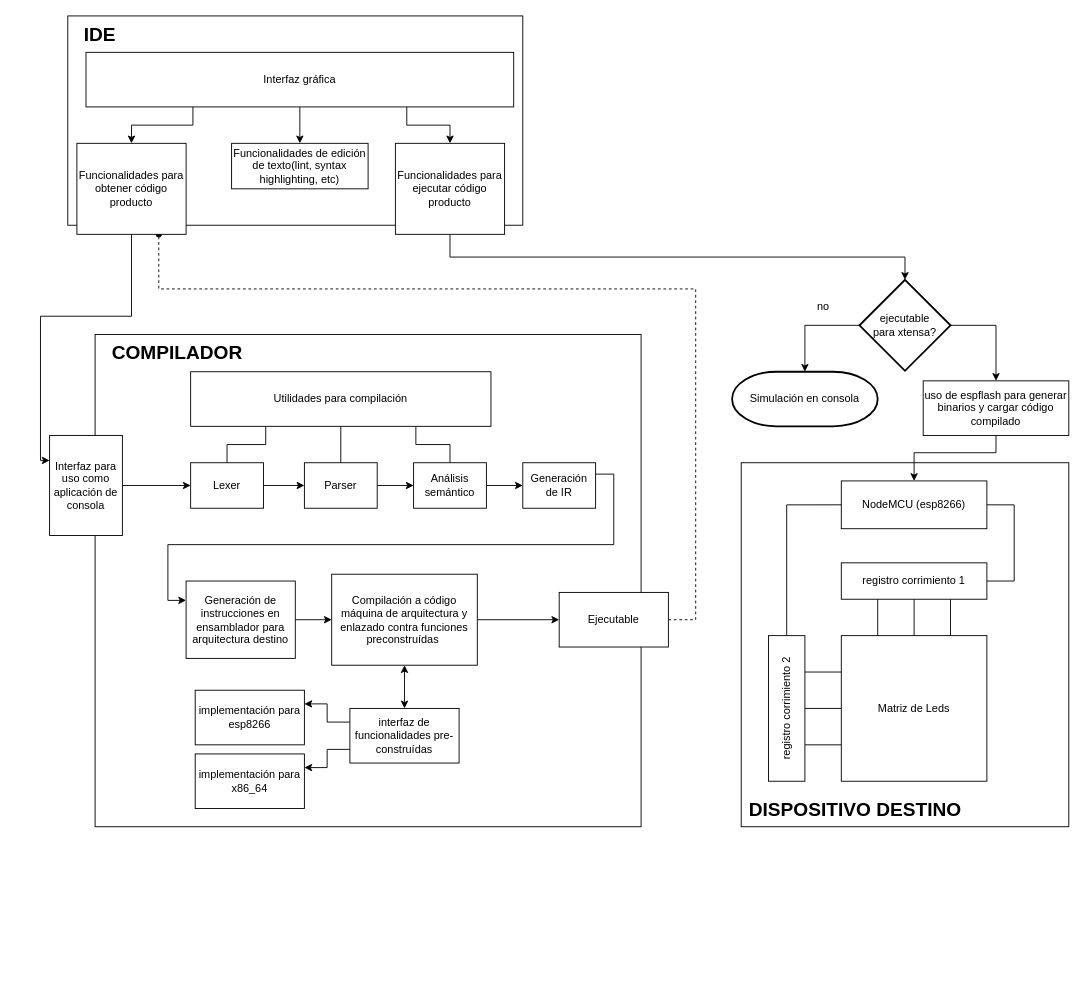
CE3201-Taller-de-diseno-digital/Shader3000 keeps this draw.io diagram as page "arquitectura" (2 of 2) of doc/Diagramas.drawio. Above is the earlier version. Source tidied: cells renumbered, new cells numbered last; positions are measured from the earlier drawing's top-left corner, leaving out a move shared by most shapes. Both pictures are drawn from the tidied source at 91%, with x=0, y=0 at pixel (40, 15).
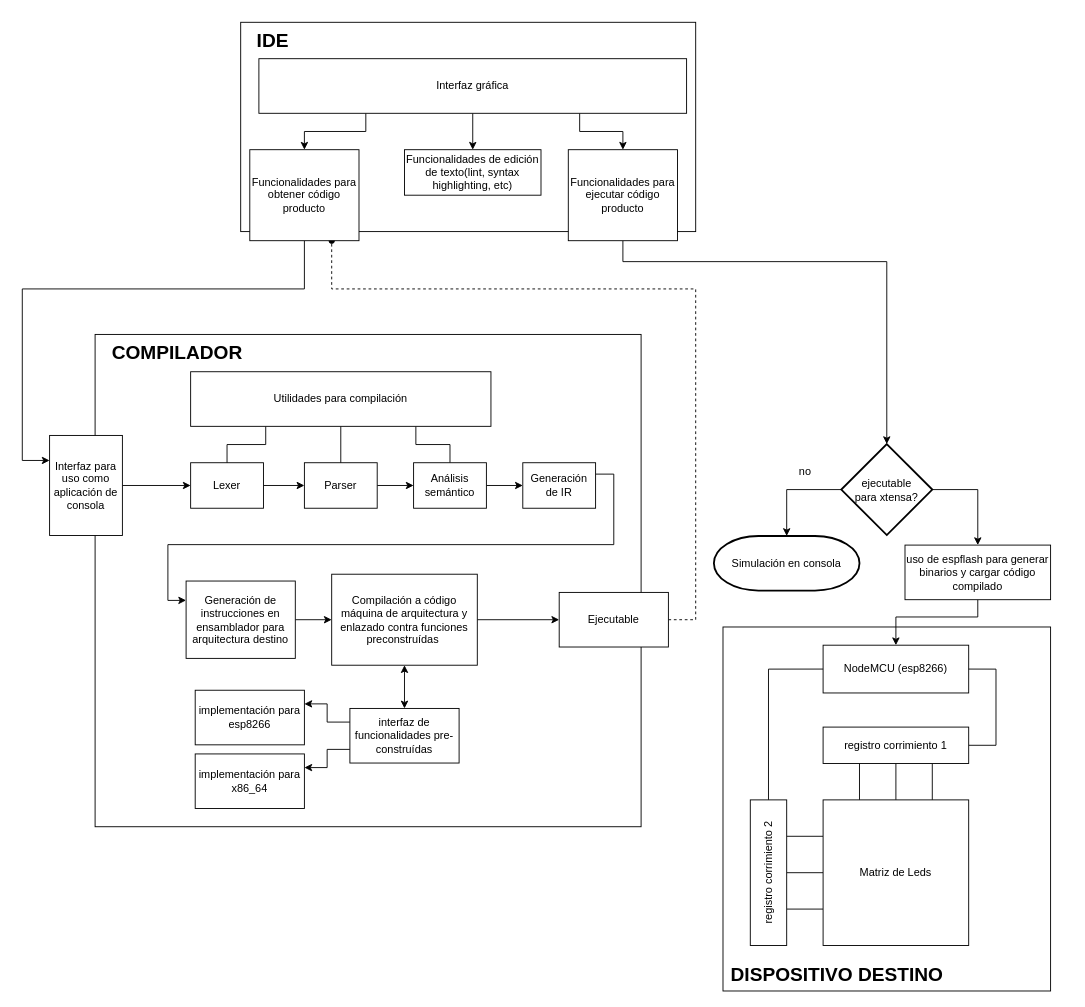
The same diagram, later.

The change refers to these unchanged cells:
```xml
<mxCell id="28" value="Interfaz para uso como aplicación de consola" style="rounded=0;whiteSpace=wrap;html=1;" parent="1" vertex="1">
  <mxGeometry x="10" y="461" width="80" height="110" as="geometry" />
</mxCell>
<mxCell id="30" value="Ejecutable" style="rounded=0;whiteSpace=wrap;html=1;" parent="1" vertex="1">
  <mxGeometry x="570" y="633.5" width="120" height="60" as="geometry" />
</mxCell>
```

Change to the diagram source:
```diff
@@
     <mxCell id="2" style="rounded=0;whiteSpace=wrap;html=1;" parent="1" vertex="1">
-      <mxGeometry x="770" y="491" width="360" height="400" as="geometry" />
+      <mxGeometry x="750" y="671.5" width="360" height="400" as="geometry" />
     </mxCell>
     <mxCell id="3" style="rounded=0;whiteSpace=wrap;html=1;" parent="1" vertex="1">
-      <mxGeometry x="30" width="500" height="230" as="geometry" />
+      <mxGeometry x="220" y="7" width="500" height="230" as="geometry" />
     </mxCell>
@@
-    <mxCell id="29" style="edgeStyle=orthogonalEdgeStyle;rounded=0;jettySize=auto;html=1;exitX=1;exitY=0.5;exitDx=0;exitDy=0;startArrow=none;startFill=0;endArrow=oval;endFill=1;dashed=1;" parent="1" edge="1" source="30">
+    <mxCell id="29" style="edgeStyle=orthogonalEdgeStyle;rounded=0;jettySize=auto;html=1;exitX=1;exitY=0.5;exitDx=0;exitDy=0;startArrow=none;startFill=0;endArrow=oval;endFill=1;dashed=1;entryX=0.75;entryY=1;entryDx=0;entryDy=0;" parent="1" edge="1" source="30" target="54">
       <mxGeometry relative="1" as="geometry">
-        <mxPoint x="130" y="240" as="targetPoint" />
         <Array as="points">
           <mxPoint x="720" y="664" />
           <mxPoint x="720" y="300" />
-          <mxPoint x="130" y="300" />
+          <mxPoint x="320" y="300" />
         </Array>
       </mxGeometry>
     </mxCell>
@@
     <mxCell id="33" value="ejecutable &lt;br&gt;para xtensa?" style="strokeWidth=2;html=1;shape=mxgraph.flowchart.decision;whiteSpace=wrap;" parent="1" vertex="1">
-      <mxGeometry x="900" y="290" width="100" height="100" as="geometry" />
+      <mxGeometry x="880" y="470.5" width="100" height="100" as="geometry" />
     </mxCell>
     <mxCell id="34" value="Simulación en consola" style="strokeWidth=2;html=1;shape=mxgraph.flowchart.terminator;whiteSpace=wrap;" parent="1" vertex="1">
-      <mxGeometry x="760" y="391" width="160" height="60" as="geometry" />
+      <mxGeometry x="740" y="571.5" width="160" height="60" as="geometry" />
     </mxCell>
     <mxCell id="35" value="no" style="text;html=1;align=center;verticalAlign=middle;" parent="1" vertex="1">
-      <mxGeometry x="845" y="310" width="30" height="20" as="geometry" />
+      <mxGeometry x="825" y="490.5" width="30" height="20" as="geometry" />
     </mxCell>
     <mxCell id="36" value="NodeMCU (esp8266)" style="rounded=0;whiteSpace=wrap;html=1;" parent="1" vertex="1">
-      <mxGeometry x="880" y="511" width="160" height="52.5" as="geometry" />
+      <mxGeometry x="860" y="691.5" width="160" height="52.5" as="geometry" />
     </mxCell>
@@
     <mxCell id="40" style="edgeStyle=orthogonalEdgeStyle;rounded=0;jettySize=auto;html=1;exitX=1;exitY=0.5;exitDx=0;exitDy=0;entryX=1;entryY=0.5;entryDx=0;entryDy=0;startArrow=none;startFill=0;endArrow=none;endFill=0;" parent="1" edge="1" source="41" target="36">
       <mxGeometry relative="1" as="geometry">
         <Array as="points">
-          <mxPoint x="1070" y="621" />
-          <mxPoint x="1070" y="537" />
+          <mxPoint x="1050" y="801.5" />
+          <mxPoint x="1050" y="717.5" />
         </Array>
       </mxGeometry>
     </mxCell>
     <mxCell id="41" value="registro corrimiento 1" style="rounded=0;whiteSpace=wrap;html=1;" parent="1" vertex="1">
-      <mxGeometry x="880" y="601" width="160" height="40" as="geometry" />
+      <mxGeometry x="860" y="781.5" width="160" height="40" as="geometry" />
     </mxCell>
@@
     <mxCell id="46" value="registro corrimiento 2" style="rounded=0;whiteSpace=wrap;html=1;rotation=-90;" parent="1" vertex="1">
-      <mxGeometry x="740" y="741" width="160" height="40" as="geometry" />
+      <mxGeometry x="720" y="921.5" width="160" height="40" as="geometry" />
     </mxCell>
     <mxCell id="47" value="Matriz de Leds" style="rounded=0;whiteSpace=wrap;html=1;" parent="1" vertex="1">
-      <mxGeometry x="880" y="681" width="160" height="160" as="geometry" />
+      <mxGeometry x="860" y="861.5" width="160" height="160" as="geometry" />
     </mxCell>
     <mxCell id="48" style="edgeStyle=orthogonalEdgeStyle;rounded=0;jettySize=auto;html=1;exitX=0.5;exitY=1;exitDx=0;exitDy=0;entryX=0.5;entryY=0;entryDx=0;entryDy=0;startArrow=none;startFill=0;endArrow=classic;endFill=1;" parent="1" edge="1" source="49" target="36">
       <mxGeometry relative="1" as="geometry">
         <Array as="points">
-          <mxPoint x="1050" y="480" />
-          <mxPoint x="960" y="480" />
+          <mxPoint x="1030" y="660.5" />
+          <mxPoint x="940" y="660.5" />
         </Array>
       </mxGeometry>
     </mxCell>
     <mxCell id="49" value="uso de espflash para generar binarios y cargar código compilado" style="rounded=0;whiteSpace=wrap;html=1;" parent="1" vertex="1">
-      <mxGeometry x="970" y="401" width="160" height="60" as="geometry" />
+      <mxGeometry x="950" y="581.5" width="160" height="60" as="geometry" />
     </mxCell>
     <mxCell id="50" value="Funcionalidades de edición de texto(lint, syntax highlighting, etc)" style="rounded=0;whiteSpace=wrap;html=1;" parent="1" vertex="1">
-      <mxGeometry x="210" y="140" width="150" height="50" as="geometry" />
+      <mxGeometry x="400" y="147" width="150" height="50" as="geometry" />
     </mxCell>
     <mxCell id="51" style="edgeStyle=orthogonalEdgeStyle;rounded=0;jettySize=auto;html=1;exitX=0.5;exitY=1;exitDx=0;exitDy=0;entryX=0.5;entryY=0;entryDx=0;entryDy=0;entryPerimeter=0;startArrow=none;startFill=0;endArrow=classic;endFill=1;" parent="1" edge="1" source="52" target="33">
-      <mxGeometry relative="1" as="geometry" />
+      <mxGeometry relative="1" as="geometry">
+        <Array as="points">
+          <mxPoint x="640" y="270" />
+          <mxPoint x="930" y="270" />
+        </Array>
+      </mxGeometry>
     </mxCell>
     <mxCell id="52" value="Funcionalidades para ejecutar código producto" style="rounded=0;whiteSpace=wrap;html=1;" parent="1" vertex="1">
-      <mxGeometry x="390" y="140" width="120" height="100" as="geometry" />
+      <mxGeometry x="580" y="147" width="120" height="100" as="geometry" />
     </mxCell>
     <mxCell id="53" style="edgeStyle=orthogonalEdgeStyle;rounded=0;jettySize=auto;html=1;exitX=0.5;exitY=1;exitDx=0;exitDy=0;entryX=0;entryY=0.25;entryDx=0;entryDy=0;startArrow=none;startFill=0;endArrow=classic;endFill=1;" parent="1" edge="1" source="54" target="28">
       <mxGeometry relative="1" as="geometry">
         <Array as="points">
-          <mxPoint x="100" y="330" />
-          <mxPoint y="330" />
-          <mxPoint y="489" />
+          <mxPoint x="290" y="300" />
+          <mxPoint x="-20" y="300" />
+          <mxPoint x="-20" y="489" />
         </Array>
       </mxGeometry>
     </mxCell>
     <mxCell id="54" value="Funcionalidades para obtener código producto" style="rounded=0;whiteSpace=wrap;html=1;" parent="1" vertex="1">
-      <mxGeometry x="40" y="140" width="120" height="100" as="geometry" />
+      <mxGeometry x="230" y="147" width="120" height="100" as="geometry" />
     </mxCell>
@@
     <mxCell id="58" value="Interfaz gráfica" style="rounded=0;whiteSpace=wrap;html=1;" parent="1" vertex="1">
-      <mxGeometry x="50" y="40" width="470" height="60" as="geometry" />
+      <mxGeometry x="240" y="47" width="470" height="60" as="geometry" />
     </mxCell>
     <mxCell id="59" value="&lt;b&gt;&lt;font style=&quot;font-size: 21px&quot;&gt;IDE&lt;/font&gt;&lt;/b&gt;" style="text;html=1;align=center;verticalAlign=middle;" parent="1" vertex="1">
-      <mxGeometry x="40" y="10" width="50" height="20" as="geometry" />
+      <mxGeometry x="230" y="17" width="50" height="20" as="geometry" />
     </mxCell>
@@
     <mxCell id="61" value="&lt;span style=&quot;font-size: 21px&quot;&gt;&lt;b&gt;DISPOSITIVO DESTINO&lt;/b&gt;&lt;/span&gt;" style="text;html=1;align=center;verticalAlign=middle;" parent="1" vertex="1">
-      <mxGeometry x="770" y="862" width="250" height="20" as="geometry" />
+      <mxGeometry x="750" y="1042.5" width="250" height="20" as="geometry" />
     </mxCell>
```
